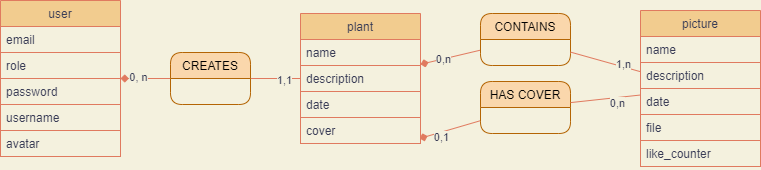
clemence-ctt/lettuce-seed keeps this draw.io diagram as doc/bdd/mcd.drawio.png. Above is the earlier version. Source tidied: cells renumbered, new cells last; positions are measured from the earlier drawing's top-left corner, leaving out a move shared by most shapes.
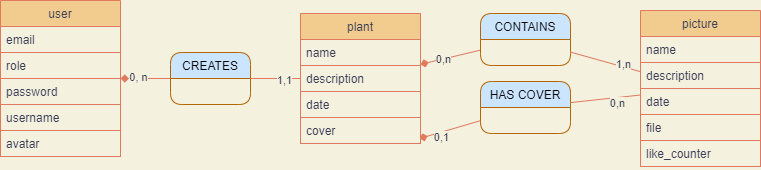
The same diagram one commit later.

What changed in the source:
```diff
@@ -77,10 +77,10 @@
         <mxPoint x="13" y="3" as="offset" />
       </mxGeometry>
     </mxCell>
-    <mxCell id="25" value="CONTAINS" style="swimlane;fontStyle=0;horizontal=1;startSize=26;fillColor=#fad7ac;glass=0;rounded=1;strokeColor=#b46504;fontColor=#000000;" parent="1" vertex="1">
+    <mxCell id="25" value="CONTAINS" style="swimlane;fontStyle=0;horizontal=1;startSize=26;glass=0;rounded=1;strokeColor=#b46504;fontColor=#000000;fillColor=#CCE5FF;" parent="1" vertex="1">
       <mxGeometry x="480" y="13" width="90" height="52" as="geometry" />
     </mxCell>
-    <mxCell id="26" value="HAS COVER" style="swimlane;fontStyle=0;horizontal=1;startSize=26;fillColor=#fad7ac;glass=0;rounded=1;strokeColor=#b46504;fontColor=#000000;" parent="1" vertex="1">
+    <mxCell id="26" value="HAS COVER" style="swimlane;fontStyle=0;horizontal=1;startSize=26;glass=0;rounded=1;strokeColor=#b46504;fontColor=#000000;fillColor=#CCE5FF;" parent="1" vertex="1">
       <mxGeometry x="480" y="81" width="90" height="52" as="geometry" />
     </mxCell>
     <mxCell id="27" style="endArrow=none;html=1;startArrow=none;startFill=0;endFill=0;labelBackgroundColor=#F4F1DE;strokeColor=#E07A5F;fontColor=#393C56;" parent="1" edge="1" source="26" target="8">
@@ -103,7 +103,7 @@
     <mxCell id="32" value="1,1" style="edgeLabel;html=1;align=center;verticalAlign=middle;labelBackgroundColor=#F4F1DE;fontColor=#393C56;" parent="31" vertex="1">
       <mxGeometry x="0.31" y="-1" relative="1" as="geometry" />
     </mxCell>
-    <mxCell id="33" value="CREATES" style="swimlane;fontStyle=0;horizontal=1;startSize=26;fillColor=#fad7ac;glass=0;rounded=1;strokeColor=#b46504;fontColor=#000000;" parent="1" vertex="1">
+    <mxCell id="33" value="CREATES" style="swimlane;fontStyle=0;horizontal=1;startSize=26;glass=0;rounded=1;strokeColor=#b46504;fontColor=#000000;fillColor=#CCE5FF;" parent="1" vertex="1">
       <mxGeometry x="170" y="52" width="80" height="52" as="geometry" />
     </mxCell>
   </root>
```
